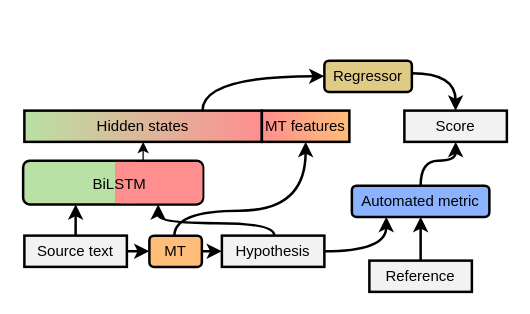
The draw.io diagram meta/model.drawio in zouharvi/mt-metric-estimation, before the edit. Source tidied: cells renumbered, new cells numbered last; positions are measured from the earlier drawing's top-left corner, leaving out a move shared by most shapes. Both pictures are drawn from the tidied source at 125%, with x=0, y=0 at pixel (22, 60).
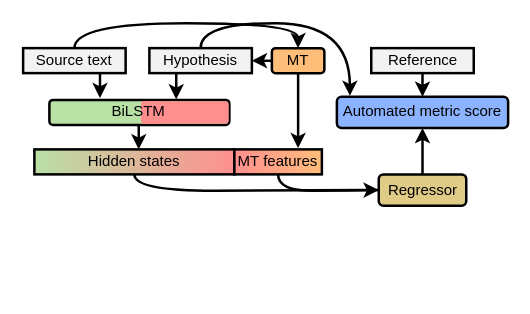
The same page after the edit.

What changed in the source:
```diff
@@
-    <mxCell id="2" style="edgeStyle=orthogonalEdgeStyle;curved=1;rounded=0;jettySize=auto;html=1;entryX=0.5;entryY=1;entryDx=0;entryDy=0;strokeWidth=2;" parent="1" edge="1" source="12" target="13">
-      <mxGeometry relative="1" as="geometry">
-        <Array as="points">
-          <mxPoint x="121" y="120" />
-          <mxPoint x="226" y="120" />
-        </Array>
-      </mxGeometry>
-    </mxCell>
-    <mxCell id="3" style="edgeStyle=orthogonalEdgeStyle;rounded=0;jettySize=auto;html=1;strokeWidth=2;curved=1;" parent="1" edge="1" source="5" target="23">
-      <mxGeometry relative="1" as="geometry">
-        <Array as="points">
-          <mxPoint x="29" y="140" />
-          <mxPoint x="29" y="140" />
-        </Array>
-      </mxGeometry>
-    </mxCell>
+    <mxCell id="28" style="edgeStyle=orthogonalEdgeStyle;curved=1;rounded=0;orthogonalLoop=1;jettySize=auto;html=1;exitX=0.75;exitY=1;exitDx=0;exitDy=0;entryX=0.277;entryY=0;entryDx=0;entryDy=0;entryPerimeter=0;strokeWidth=2;" parent="1" edge="1">
+      <mxGeometry relative="1" as="geometry">
+        <mxPoint x="61.5" y="5" as="sourcePoint" />
+        <mxPoint x="61.5" y="30" as="targetPoint" />
+      </mxGeometry>
+    </mxCell>
+    <mxCell id="29" style="edgeStyle=orthogonalEdgeStyle;curved=1;rounded=0;orthogonalLoop=1;jettySize=auto;html=1;exitX=0.75;exitY=1;exitDx=0;exitDy=0;entryX=0.277;entryY=0;entryDx=0;entryDy=0;entryPerimeter=0;strokeWidth=2;" parent="1" edge="1">
+      <mxGeometry relative="1" as="geometry">
+        <mxPoint x="122.5" y="6" as="sourcePoint" />
+        <mxPoint x="122.5" y="31" as="targetPoint" />
+      </mxGeometry>
+    </mxCell>
+    <mxCell id="30" style="edgeStyle=orthogonalEdgeStyle;curved=1;rounded=0;orthogonalLoop=1;jettySize=auto;html=1;exitX=0.75;exitY=1;exitDx=0;exitDy=0;entryX=0.277;entryY=0;entryDx=0;entryDy=0;entryPerimeter=0;strokeWidth=2;" parent="1" edge="1">
+      <mxGeometry relative="1" as="geometry">
+        <mxPoint x="92.5" y="46" as="sourcePoint" />
+        <mxPoint x="92.5" y="71" as="targetPoint" />
+      </mxGeometry>
+    </mxCell>
-    <mxCell id="4" style="edgeStyle=orthogonalEdgeStyle;rounded=0;jettySize=auto;html=1;entryX=0;entryY=0.5;entryDx=0;entryDy=0;curved=1;strokeWidth=2;" parent="1" edge="1" source="5" target="12">
-      <mxGeometry relative="1" as="geometry" />
+    <mxCell id="4" style="edgeStyle=orthogonalEdgeStyle;rounded=0;jettySize=auto;html=1;entryX=0.5;entryY=0;entryDx=0;entryDy=0;strokeWidth=2;curved=1;" parent="1" edge="1" source="5" target="12">
+      <mxGeometry relative="1" as="geometry">
+        <Array as="points">
+          <mxPoint x="41" y="-30" />
+          <mxPoint x="220" y="-30" />
+        </Array>
+      </mxGeometry>
     </mxCell>
     <mxCell id="5" value="&lt;span style=&quot;font-size: 12px;&quot;&gt;Source text&lt;/span&gt;" style="rounded=0;whiteSpace=wrap;html=1;fontSize=10.5;fillColor=#F2F2F2;strokeWidth=2;" parent="1" vertex="1">
-      <mxGeometry x="1" y="140" width="82" height="25" as="geometry" />
+      <mxGeometry y="-10" width="82" height="20" as="geometry" />
     </mxCell>
-    <mxCell id="6" style="edgeStyle=orthogonalEdgeStyle;rounded=0;jettySize=auto;html=1;strokeWidth=2;curved=1;entryX=0.75;entryY=1;entryDx=0;entryDy=0;" parent="1" edge="1" source="8" target="23">
-      <mxGeometry relative="1" as="geometry">
-        <Array as="points">
-          <mxPoint x="201" y="130" />
-          <mxPoint x="108" y="130" />
-        </Array>
-      </mxGeometry>
-    </mxCell>
-    <mxCell id="7" style="edgeStyle=orthogonalEdgeStyle;curved=1;rounded=0;jettySize=auto;html=1;entryX=0.25;entryY=1;entryDx=0;entryDy=0;strokeWidth=2;" parent="1" edge="1" source="8" target="18">
-      <mxGeometry relative="1" as="geometry" />
+    <mxCell id="7" style="edgeStyle=orthogonalEdgeStyle;curved=1;rounded=0;jettySize=auto;html=1;entryX=0.076;entryY=-0.029;entryDx=0;entryDy=0;strokeWidth=2;entryPerimeter=0;" parent="1" edge="1" source="8" target="18">
+      <mxGeometry relative="1" as="geometry">
+        <Array as="points">
+          <mxPoint x="142" y="-30" />
+          <mxPoint x="261" y="-30" />
+          <mxPoint x="261" y="28" />
+        </Array>
+      </mxGeometry>
     </mxCell>
     <mxCell id="8" value="&lt;span style=&quot;font-size: 12px;&quot;&gt;Hypothesis&lt;/span&gt;" style="rounded=0;whiteSpace=wrap;html=1;fontSize=10.5;fillColor=#F2F2F2;strokeWidth=2;" parent="1" vertex="1">
-      <mxGeometry x="159" y="140" width="82" height="25" as="geometry" />
+      <mxGeometry x="101" y="-10" width="82" height="20" as="geometry" />
     </mxCell>
-    <mxCell id="9" style="edgeStyle=orthogonalEdgeStyle;curved=1;rounded=0;jettySize=auto;html=1;exitX=0.75;exitY=0;exitDx=0;exitDy=0;entryX=0;entryY=0.5;entryDx=0;entryDy=0;strokeWidth=2;" parent="1" edge="1" source="10" target="20">
-      <mxGeometry relative="1" as="geometry" />
-    </mxCell>
-    <mxCell id="10" value="&lt;span style=&quot;font-size: 12px;&quot;&gt;Hidden states&lt;/span&gt;" style="rounded=0;whiteSpace=wrap;html=1;fontSize=10.5;fillColor=#B9E0A5;gradientColor=#FF8F8F;gradientDirection=east;strokeWidth=2;" parent="1" vertex="1">
-      <mxGeometry x="1" y="40" width="190" height="25" as="geometry" />
-    </mxCell>
-    <mxCell id="11" style="edgeStyle=orthogonalEdgeStyle;rounded=0;jettySize=auto;html=1;curved=1;strokeWidth=2;" parent="1" edge="1" source="12" target="8">
+    <mxCell id="11" style="edgeStyle=orthogonalEdgeStyle;curved=1;rounded=0;jettySize=auto;html=1;entryX=1;entryY=0.5;entryDx=0;entryDy=0;strokeWidth=2;" parent="1" edge="1" source="12" target="8">
       <mxGeometry relative="1" as="geometry" />
     </mxCell>
+    <mxCell id="31" style="edgeStyle=orthogonalEdgeStyle;curved=1;rounded=0;jettySize=auto;html=1;strokeWidth=2;" parent="1" edge="1" source="12">
+      <mxGeometry relative="1" as="geometry">
+        <mxPoint x="220" y="70" as="targetPoint" />
+      </mxGeometry>
+    </mxCell>
     <mxCell id="12" value="MT" style="rounded=1;whiteSpace=wrap;html=1;fillColor=#FFBD7A;strokeWidth=2;" parent="1" vertex="1">
-      <mxGeometry x="101" y="140" width="42" height="25" as="geometry" />
+      <mxGeometry x="199" y="-10" width="42" height="20" as="geometry" />
     </mxCell>
-    <mxCell id="13" value="&lt;span style=&quot;font-size: 12px;&quot;&gt;MT features&lt;/span&gt;" style="rounded=0;whiteSpace=wrap;html=1;fontSize=10.5;fillColor=#FFBD7A;gradientColor=#FF8F8F;gradientDirection=west;strokeWidth=2;" parent="1" vertex="1">
-      <mxGeometry x="191" y="40" width="70" height="25" as="geometry" />
-    </mxCell>
-    <mxCell id="14" style="edgeStyle=orthogonalEdgeStyle;curved=1;rounded=0;jettySize=auto;html=1;entryX=0.5;entryY=1;entryDx=0;entryDy=0;strokeWidth=2;" parent="1" edge="1" source="15" target="18">
+    <mxCell id="14" style="edgeStyle=orthogonalEdgeStyle;curved=1;rounded=0;jettySize=auto;html=1;entryX=0.5;entryY=0;entryDx=0;entryDy=0;strokeWidth=2;endArrow=classic;endFill=1;" parent="1" edge="1" source="15" target="18">
       <mxGeometry relative="1" as="geometry" />
     </mxCell>
     <mxCell id="15" value="&lt;span style=&quot;font-size: 12px;&quot;&gt;Reference&lt;/span&gt;" style="rounded=0;whiteSpace=wrap;html=1;fontSize=10.5;fillColor=#F2F2F2;strokeWidth=2;" parent="1" vertex="1">
-      <mxGeometry x="277" y="160" width="82" height="25" as="geometry" />
+      <mxGeometry x="278.5" y="-10" width="82" height="20" as="geometry" />
     </mxCell>
-    <mxCell id="16" value="&lt;span style=&quot;font-size: 12px;&quot;&gt;Score&lt;/span&gt;" style="rounded=0;whiteSpace=wrap;html=1;fontSize=10.5;fillColor=#F2F2F2;strokeWidth=2;" parent="1" vertex="1">
-      <mxGeometry x="305" y="40" width="82" height="25" as="geometry" />
-    </mxCell>
-    <mxCell id="17" style="edgeStyle=orthogonalEdgeStyle;curved=1;rounded=0;jettySize=auto;html=1;entryX=0.5;entryY=1;entryDx=0;entryDy=0;strokeWidth=2;" parent="1" edge="1" source="18" target="16">
-      <mxGeometry relative="1" as="geometry" />
-    </mxCell>
-    <mxCell id="18" value="Automated metric" style="rounded=1;whiteSpace=wrap;html=1;fillColor=#8CB3FF;strokeWidth=2;" parent="1" vertex="1">
-      <mxGeometry x="263" y="100" width="110" height="25" as="geometry" />
+    <mxCell id="18" value="Automated metric score" style="rounded=1;whiteSpace=wrap;html=1;fillColor=#8CB3FF;strokeWidth=2;" parent="1" vertex="1">
+      <mxGeometry x="251" y="28.9" width="137" height="25" as="geometry" />
     </mxCell>
-    <mxCell id="19" style="edgeStyle=orthogonalEdgeStyle;curved=1;rounded=0;jettySize=auto;html=1;entryX=0.5;entryY=0;entryDx=0;entryDy=0;strokeWidth=2;" parent="1" edge="1" source="20" target="16">
-      <mxGeometry relative="1" as="geometry">
-        <Array as="points">
-          <mxPoint x="346" y="10" />
-        </Array>
-      </mxGeometry>
-    </mxCell>
+    <mxCell id="32" style="edgeStyle=orthogonalEdgeStyle;curved=1;rounded=0;jettySize=auto;html=1;entryX=0.5;entryY=1;entryDx=0;entryDy=0;strokeWidth=2;endArrow=classic;endFill=1;" parent="1" edge="1" source="20" target="18">
+      <mxGeometry relative="1" as="geometry" />
+    </mxCell>
     <mxCell id="20" value="Regressor" style="rounded=1;whiteSpace=wrap;html=1;fillColor=#E0CB86;strokeWidth=2;" parent="1" vertex="1">
-      <mxGeometry x="241" width="70" height="25" as="geometry" />
+      <mxGeometry x="284.5" y="91" width="70" height="25" as="geometry" />
     </mxCell>
-    <mxCell id="21" style="edgeStyle=orthogonalEdgeStyle;curved=1;rounded=0;jettySize=auto;html=1;entryX=0.5;entryY=1;entryDx=0;entryDy=0;" parent="1" edge="1" source="23" target="10">
-      <mxGeometry relative="1" as="geometry">
-        <Array as="points">
-          <mxPoint x="96" y="80" />
-          <mxPoint x="96" y="80" />
-        </Array>
-      </mxGeometry>
-    </mxCell>
-    <mxCell id="22" style="group;" parent="1" vertex="1">
-      <mxGeometry y="80" width="144" height="35" as="geometry" />
-    </mxCell>
+    <mxCell id="33" style="group;" parent="1" vertex="1">
+      <mxGeometry x="21" y="27" width="144" height="28.7" as="geometry" />
+    </mxCell>
-    <mxCell id="23" value="&amp;nbsp; &amp;nbsp; &amp;nbsp; &amp;nbsp; &amp;nbsp;&amp;nbsp;" style="rounded=1;whiteSpace=wrap;html=1;fillColor=#B9E0A5;strokeWidth=2;" parent="22" vertex="1">
-      <mxGeometry width="144" height="35" as="geometry" />
+    <mxCell id="23" value="&amp;nbsp; &amp;nbsp; &amp;nbsp; &amp;nbsp; &amp;nbsp;&amp;nbsp;" style="rounded=1;whiteSpace=wrap;html=1;fillColor=#B9E0A5;strokeWidth=2;" parent="33" vertex="1">
+      <mxGeometry y="4.4" width="144" height="20" as="geometry" />
     </mxCell>
-    <mxCell id="24" style="group;" parent="22" vertex="1">
-      <mxGeometry x="73.5" y="1" width="70" height="33" as="geometry" />
-    </mxCell>
-    <mxCell id="25" style="rounded=1;whiteSpace=wrap;html=1;fillColor=#FF8F8F;strokeWidth=2;strokeColor=none;" parent="24" vertex="1">
-      <mxGeometry width="70" height="33" as="geometry" />
+    <mxCell id="25" style="rounded=1;whiteSpace=wrap;html=1;fillColor=#FF8F8F;strokeWidth=2;strokeColor=none;" parent="33" vertex="1">
+      <mxGeometry x="73.5" y="5.4" width="70" height="18" as="geometry" />
     </mxCell>
-    <mxCell id="26" style="rounded=0;whiteSpace=wrap;html=1;fillColor=#FF8F8F;strokeWidth=2;strokeColor=none;" parent="24" vertex="1">
-      <mxGeometry width="17" height="33" as="geometry" />
+    <mxCell id="26" style="rounded=0;whiteSpace=wrap;html=1;fillColor=#FF8F8F;strokeWidth=2;strokeColor=none;" parent="33" vertex="1">
+      <mxGeometry x="73.5" y="5.4" width="17" height="18" as="geometry" />
     </mxCell>
-    <mxCell id="27" value="&lt;span style=&quot;color: rgb(0, 0, 0); font-family: Helvetica; font-size: 12px; font-style: normal; font-variant-ligatures: normal; font-variant-caps: normal; font-weight: 400; letter-spacing: normal; orphans: 2; text-align: center; text-indent: 0px; text-transform: none; widows: 2; word-spacing: 0px; -webkit-text-stroke-width: 0px; text-decoration-thickness: initial; text-decoration-style: initial; text-decoration-color: initial; float: none; display: inline !important;&quot;&gt;BiLSTM&lt;/span&gt;" style="text;whiteSpace=wrap;html=1;fillColor=none;" parent="22" vertex="1">
-      <mxGeometry x="54" y="5" width="80" height="25" as="geometry" />
+    <mxCell id="27" value="&lt;span style=&quot;color: rgb(0, 0, 0); font-family: Helvetica; font-size: 12px; font-style: normal; font-variant-ligatures: normal; font-variant-caps: normal; font-weight: 400; letter-spacing: normal; orphans: 2; text-indent: 0px; text-transform: none; widows: 2; word-spacing: 0px; -webkit-text-stroke-width: 0px; text-decoration-thickness: initial; text-decoration-style: initial; text-decoration-color: initial; float: none; display: inline !important;&quot;&gt;BiLSTM&lt;/span&gt;" style="text;whiteSpace=wrap;html=1;fillColor=none;align=center;" parent="33" vertex="1">
+      <mxGeometry x="2" width="139" height="28.7" as="geometry" />
     </mxCell>
+    <mxCell id="34" style="group;" parent="1" vertex="1">
+      <mxGeometry x="9" y="71" width="230" height="20" as="geometry" />
+    </mxCell>
+    <mxCell id="10" value="&lt;span style=&quot;font-size: 12px;&quot;&gt;Hidden states&lt;/span&gt;" style="rounded=0;whiteSpace=wrap;html=1;fontSize=10.5;fillColor=#B9E0A5;gradientColor=#FF8F8F;gradientDirection=east;strokeWidth=2;" parent="34" vertex="1">
+      <mxGeometry width="160" height="20" as="geometry" />
+    </mxCell>
+    <mxCell id="13" value="&lt;span style=&quot;font-size: 12px;&quot;&gt;MT features&lt;/span&gt;" style="rounded=0;whiteSpace=wrap;html=1;fontSize=10.5;fillColor=#FFBD7A;gradientColor=#FF8F8F;gradientDirection=west;strokeWidth=2;" parent="34" vertex="1">
+      <mxGeometry x="160" width="70" height="20" as="geometry" />
+    </mxCell>
+    <mxCell id="9" style="edgeStyle=orthogonalEdgeStyle;curved=1;rounded=0;jettySize=auto;html=1;entryX=0;entryY=0.5;entryDx=0;entryDy=0;strokeWidth=2;" parent="1" edge="1" source="10" target="20">
+      <mxGeometry relative="1" as="geometry">
+        <Array as="points">
+          <mxPoint x="89" y="104" />
+          <mxPoint x="217" y="104" />
+        </Array>
+      </mxGeometry>
+    </mxCell>
+    <mxCell id="35" style="edgeStyle=orthogonalEdgeStyle;curved=1;rounded=0;jettySize=auto;html=1;exitX=0.5;exitY=1;exitDx=0;exitDy=0;entryX=0;entryY=0.5;entryDx=0;entryDy=0;strokeWidth=2;endArrow=none;endFill=0;" parent="1" edge="1" source="13" target="20">
+      <mxGeometry relative="1" as="geometry">
+        <Array as="points">
+          <mxPoint x="204" y="104" />
+          <mxPoint x="259" y="104" />
+        </Array>
+      </mxGeometry>
+    </mxCell>
```
